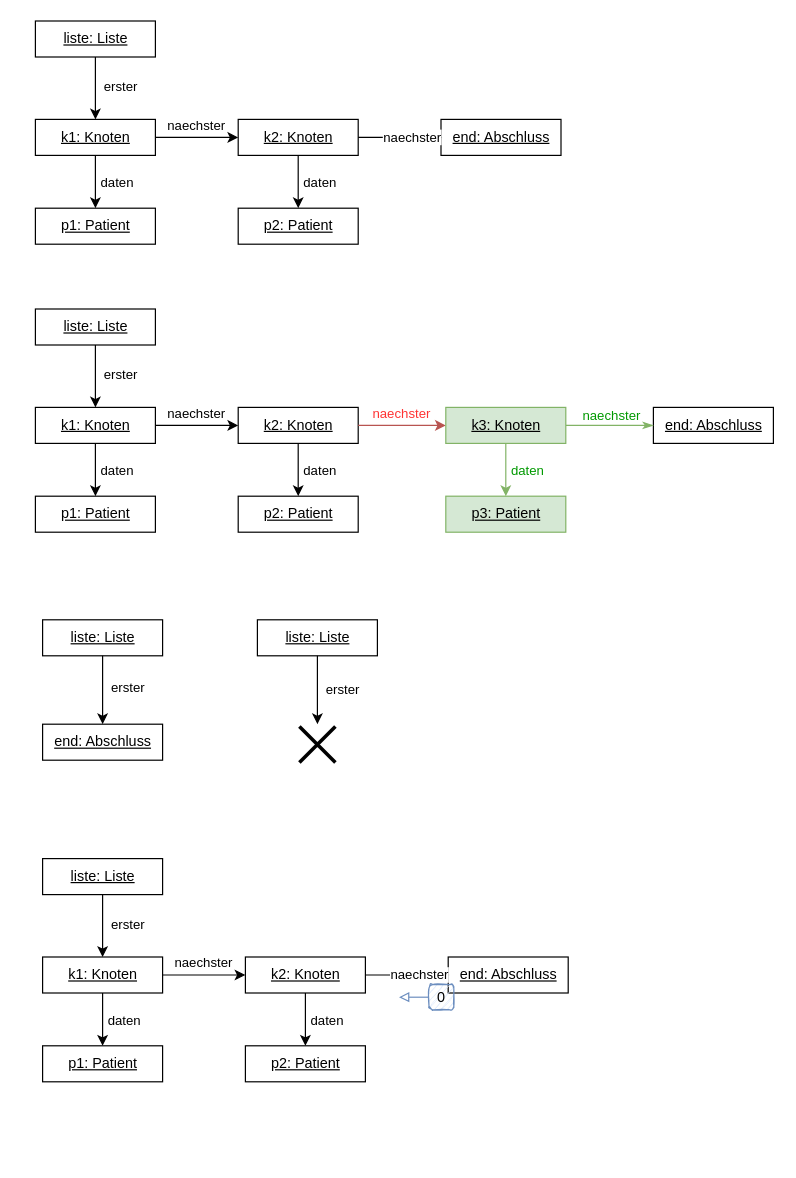
Above: page "Objektdiagramme" (2 of 3) of q11-liste-composite.drawio in JoernWVSG/diagram (draw.io), before the change. Source tidied: cells renumbered, new cells numbered last; positions are measured from the earlier drawing's top-left corner, leaving out a move shared by most shapes. Both pictures are drawn from the tidied source at 120%, with x=0, y=0 at pixel (35, 20).
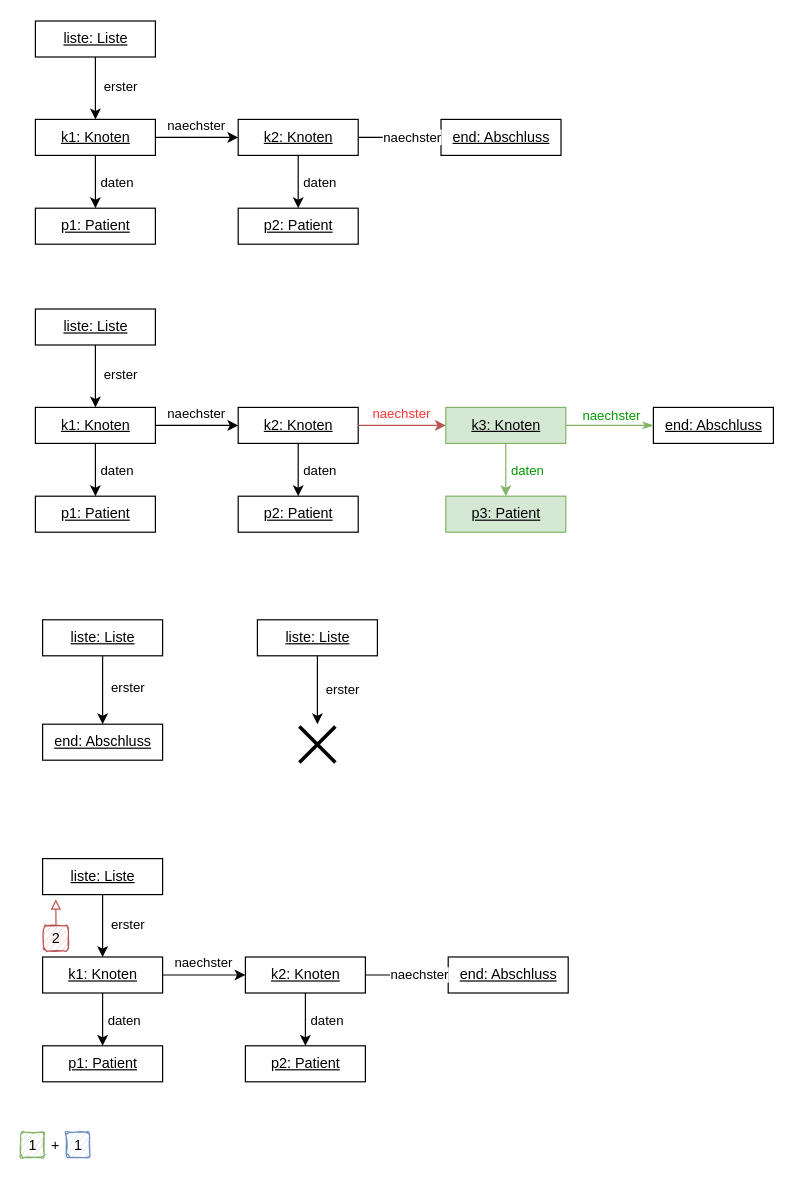
After the change.

What changed in the source:
```diff
@@
-    <mxCell id="53" style="edgeStyle=orthogonalEdgeStyle;rounded=1;jettySize=auto;html=1;exitX=0;exitY=0.5;exitDx=0;exitDy=0;endArrow=block;endFill=0;fillColor=#dae8fc;strokeColor=#6c8ebf;" parent="1" edge="1" source="54">
+    <mxCell id="53" style="edgeStyle=orthogonalEdgeStyle;rounded=1;jettySize=auto;html=1;endArrow=block;endFill=0;fillColor=#f8cecc;strokeColor=#b85450;exitX=0.5;exitY=0;exitDx=0;exitDy=0;" parent="1" edge="1" source="54">
       <mxGeometry relative="1" as="geometry">
-        <mxPoint x="303" y="814" as="targetPoint" />
+        <mxPoint x="17" y="732" as="targetPoint" />
       </mxGeometry>
     </mxCell>
-    <mxCell id="54" value="0" style="text;html=1;strokeColor=#6c8ebf;fillColor=#dae8fc;align=center;verticalAlign=middle;whiteSpace=wrap;rounded=1;shadow=0;sketch=1;" parent="1" vertex="1">
-      <mxGeometry x="328" y="803" width="20.7" height="21" as="geometry" />
+    <mxCell id="54" value="2" style="text;html=1;strokeColor=#b85450;fillColor=#f8cecc;align=center;verticalAlign=middle;whiteSpace=wrap;rounded=1;shadow=0;sketch=1;" parent="1" vertex="1">
+      <mxGeometry x="6.8" y="754" width="20.7" height="21" as="geometry" />
     </mxCell>
+    <mxCell id="55" value="1" style="text;html=1;strokeColor=#6c8ebf;fillColor=#dae8fc;align=center;verticalAlign=middle;whiteSpace=wrap;rounded=1;shadow=0;sketch=1;" parent="1" vertex="1">
+      <mxGeometry x="25.6" y="926" width="19.7" height="21" as="geometry" />
+    </mxCell>
+    <mxCell id="56" value="1" style="text;html=1;strokeColor=#82b366;fillColor=#d5e8d4;align=center;verticalAlign=middle;whiteSpace=wrap;rounded=1;shadow=0;sketch=1;" parent="1" vertex="1">
+      <mxGeometry x="-12.4" y="926" width="19.7" height="21" as="geometry" />
+    </mxCell>
+    <mxCell id="57" value="+" style="text;html=1;align=center;verticalAlign=middle;whiteSpace=wrap;rounded=1;shadow=0;sketch=1;" parent="1" vertex="1">
+      <mxGeometry x="7.3" y="926" width="19.7" height="21" as="geometry" />
+    </mxCell>
```
